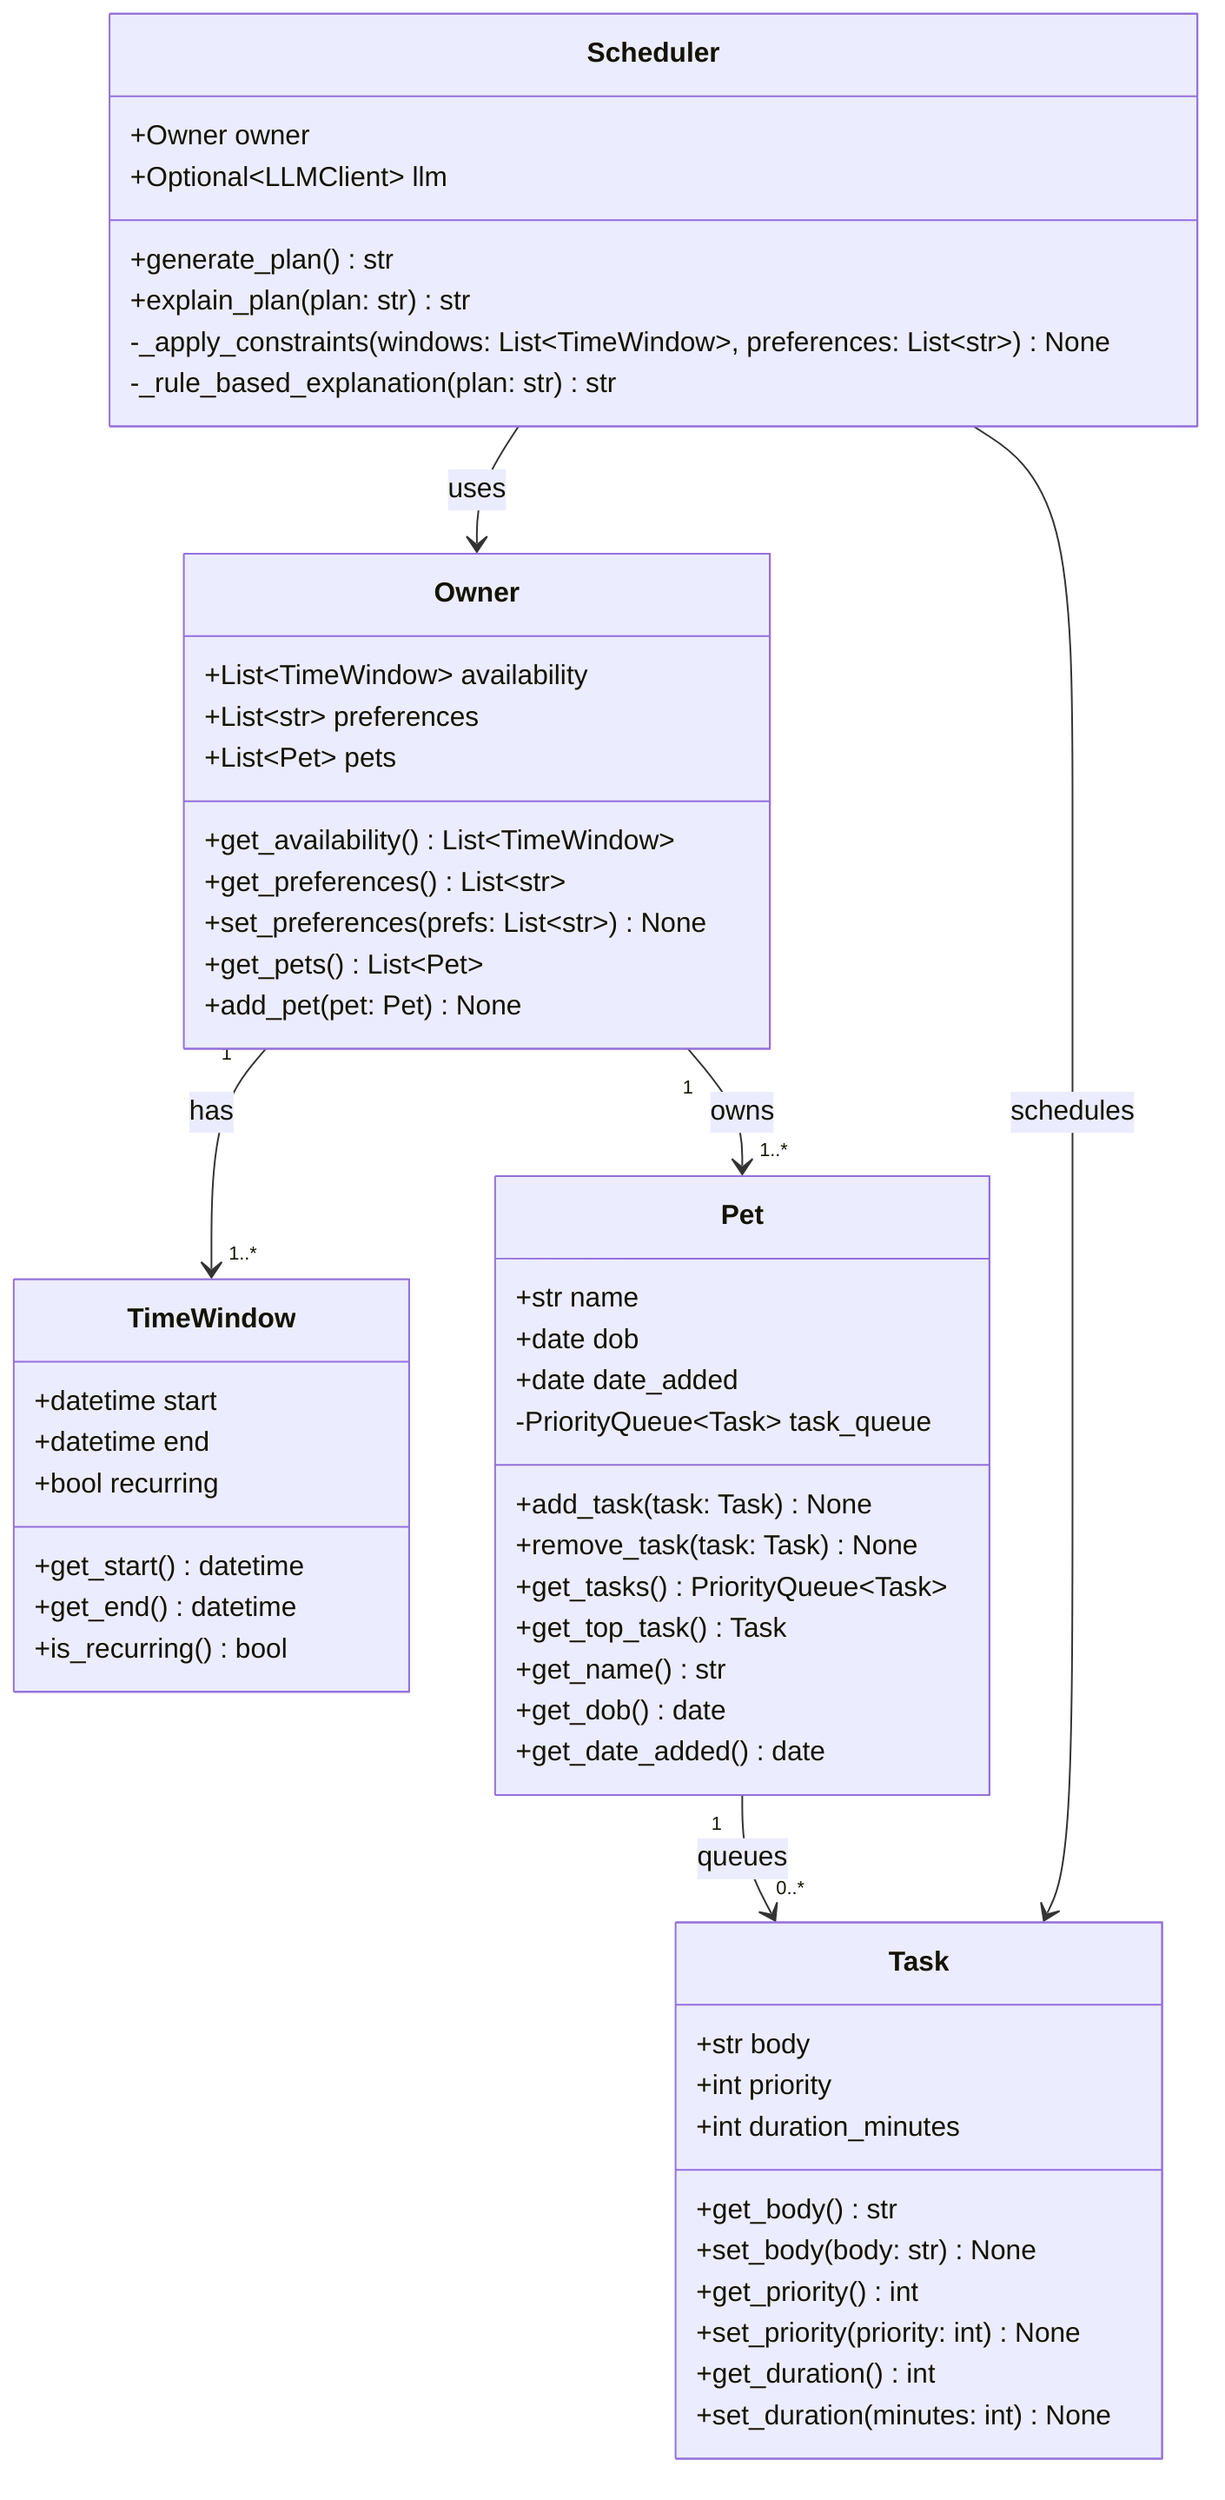
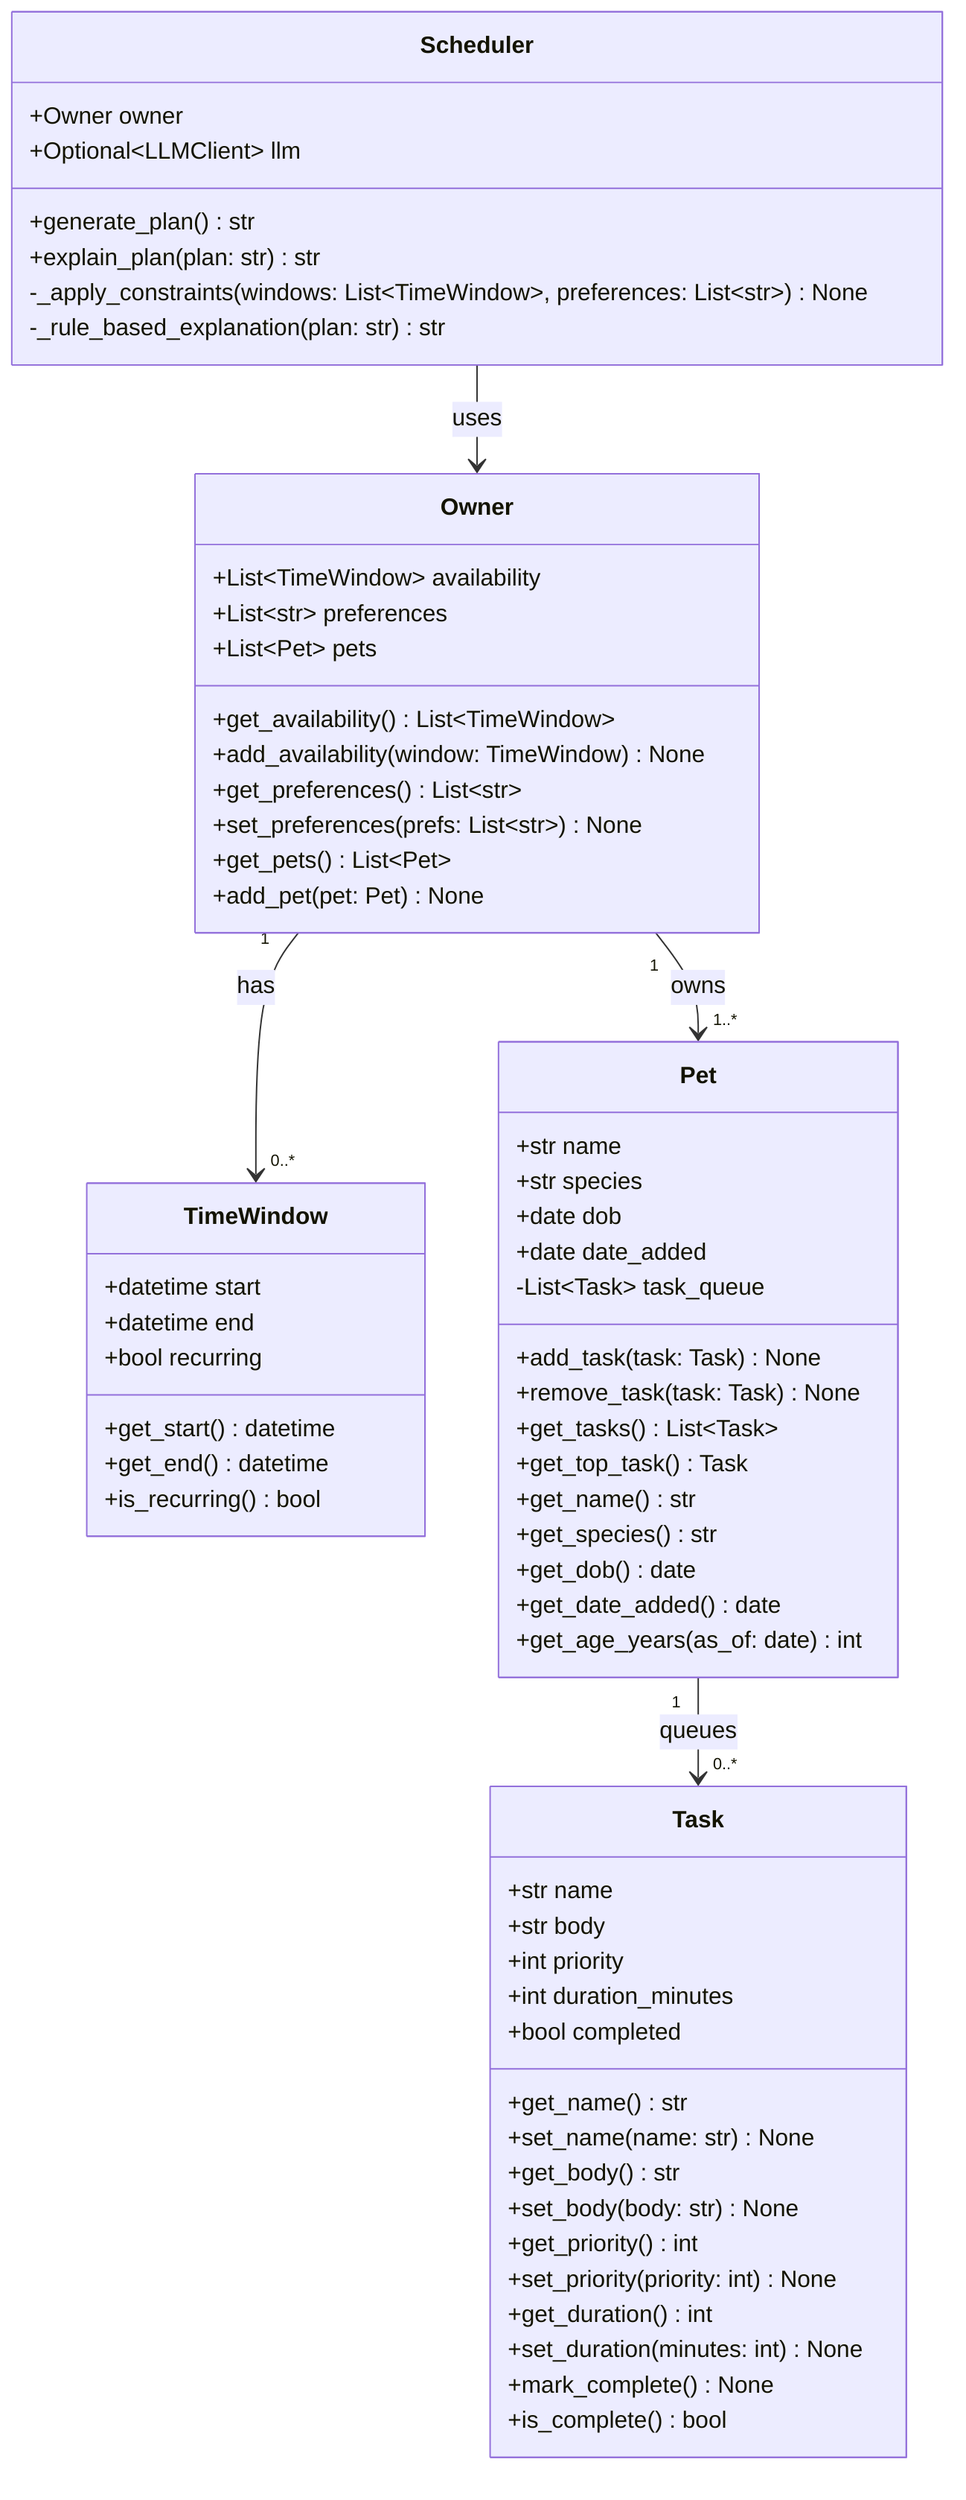
classDiagram
    class Owner {
        +List~TimeWindow~ availability
        +List~str~ preferences
        +List~Pet~ pets
        +get_availability() List~TimeWindow~
+         +add_availability(window: TimeWindow) None
        +get_preferences() List~str~
        +set_preferences(prefs: List~str~) None
        +get_pets() List~Pet~
        +add_pet(pet: Pet) None
    }

    class TimeWindow {
        +datetime start
        +datetime end
        +bool recurring
        +get_start() datetime
        +get_end() datetime
        +is_recurring() bool
    }

    class Pet {
        +str name
+         +str species
        +date dob
        +date date_added
-         -PriorityQueue~Task~ task_queue
+         -List~Task~ task_queue
        +add_task(task: Task) None
        +remove_task(task: Task) None
-         +get_tasks() PriorityQueue~Task~
+         +get_tasks() List~Task~
        +get_top_task() Task
        +get_name() str
+         +get_species() str
        +get_dob() date
        +get_date_added() date
+         +get_age_years(as_of: date) int
    }

    class Task {
+         +str name
        +str body
        +int priority
        +int duration_minutes
+         +bool completed
+         +get_name() str
+         +set_name(name: str) None
        +get_body() str
        +set_body(body: str) None
        +get_priority() int
        +set_priority(priority: int) None
        +get_duration() int
        +set_duration(minutes: int) None
+         +mark_complete() None
+         +is_complete() bool
    }

    class Scheduler {
        +Owner owner
        +Optional~LLMClient~ llm
        +generate_plan() str
        +explain_plan(plan: str) str
        -_apply_constraints(windows: List~TimeWindow~, preferences: List~str~) None
        -_rule_based_explanation(plan: str) str
    }

-     Owner "1" --> "1..*" TimeWindow : has
+     Owner "1" --> "0..*" TimeWindow : has
    Owner "1" --> "1..*" Pet : owns
    Pet "1" --> "0..*" Task : queues
    Scheduler --> Owner : uses
-     Scheduler --> Task : schedules
